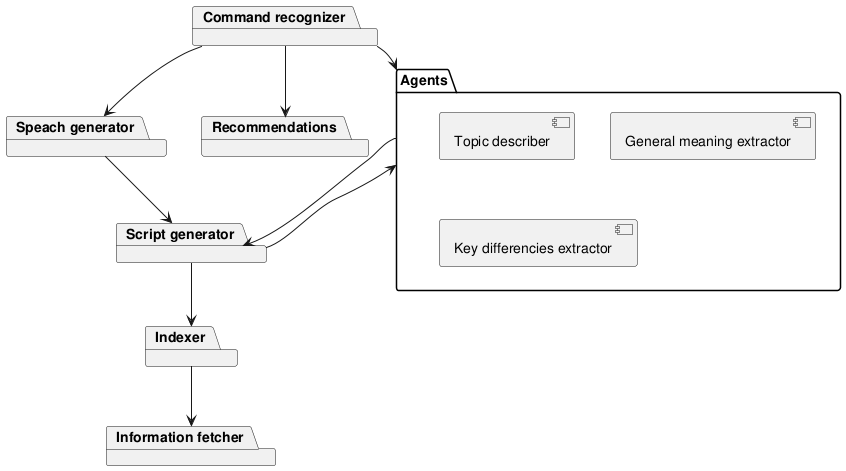
This is img/component-design.png from ai-shift/11labs, a PlantUML export, as it was before one commit.
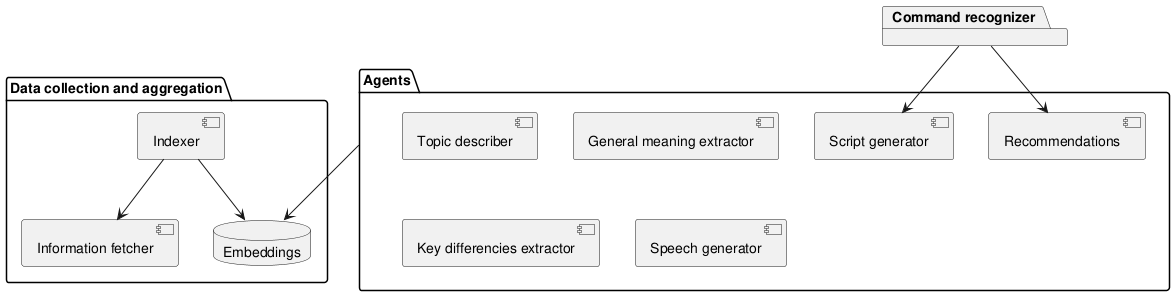
After the commit.

Commit message:
fix: Improve component design

What changed in the source:
```diff
@@ -1,42 +1,34 @@
 @startuml
-package "Information fetcher" {
+package "Data collection and aggregation" {
+  component "Information fetcher" {
 
-}
+  }
 
-package "Indexer" {
+  component "Indexer" {
 
-}
+  }
 
-package "Script generator" {
+  database "Embeddings" {
 
-}
-
-package "Speach generator" {
-
+  }
 }
 
 package "Agents" {
+  component "Script generator"
   component "Topic describer"
   component "General meaning extractor"
   component "Key differencies extractor"
+  component "Recommendations"
+  component "Speech generator"
 }
-
-package "Recommendations" {
-
-}
-
 
 package "Command recognizer" {
 
 }
 
-
 "Indexer" --> "Information fetcher"
-"Script generator" --> "Indexer"
-"Script generator" --> "Agents"
-"Speach generator" --> "Script generator"
-"Command recognizer" --> "Agents"
+"Indexer" --> "Embeddings"
+"Agents" --> "Embeddings"
+"Command recognizer" --> "Script generator"
 "Command recognizer" --> "Recommendations"
-"Command recognizer" --> "Speach generator"
-"Agents" --> "Script generator"
 @enduml
```
